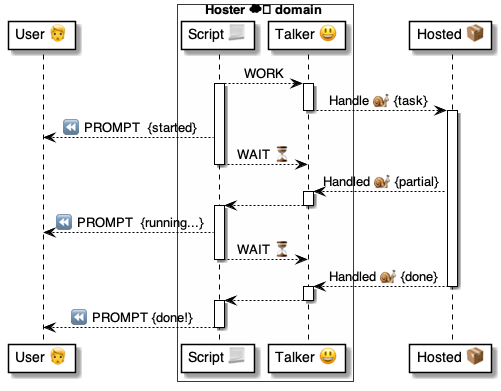
Earlier version of the PlantUML export 4 ⚙️ Solution/35 💬 Chats/😃 Talkers/😃⏩ Talker flows/Async Tasks 😃⏩📦/😃 Async ⚙️ sequence.png (pollyweb-org/pollyweb-docs). Its source is kept beside it as 4 ⚙️ Solution/35 💬 Chats/😃 Talkers/😃⏩ Talker flows/Async Tasks 😃⏩📦/😃 Async ⚙️ sequence.puml.
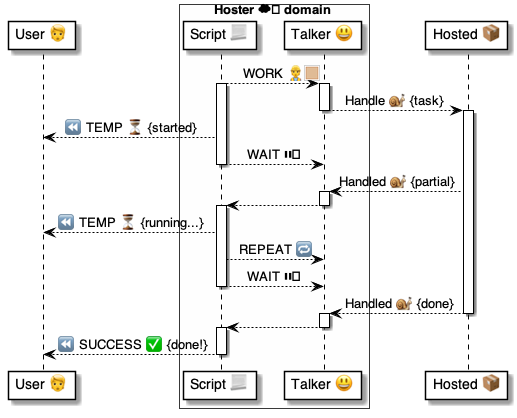
Later version of the same file.

The edit, as a diff of the source:
```diff
@@ -7,7 +7,7 @@
 end box
 participant "Hosted 📦" as hosted
 
-script --> talker: WORK
+script --> talker: WORK 👷🏼
 activate script
 activate talker
 
@@ -15,9 +15,9 @@
 deactivate talker
 
 activate hosted
-script --> user: ⏪ PROMPT  {started}
+script --> user: ⏪ TEMP ⏳ {started}
 
-script --> talker: WAIT ⏳
+script --> talker: WAIT ⏸️
 deactivate script
 
 hosted --> talker: Handled 🐌 {partial}
@@ -26,8 +26,9 @@
 deactivate talker
 
 activate script
-    script --> user: ⏪ PROMPT  {running...}
-    script --> talker: WAIT ⏳
+    script --> user: ⏪ TEMP ⏳ {running...}
+    script --> talker: REPEAT 🔁
+    script --> talker: WAIT ⏸️
 deactivate script
 
     hosted --> talker: Handled 🐌 {done}
@@ -38,7 +39,7 @@
 deactivate talker
 
 activate script
-    script --> user: ⏪ PROMPT {done!}
+    script --> user: ⏪ SUCCESS ✅ {done!}
 deactivate script
 
 @enduml
```
